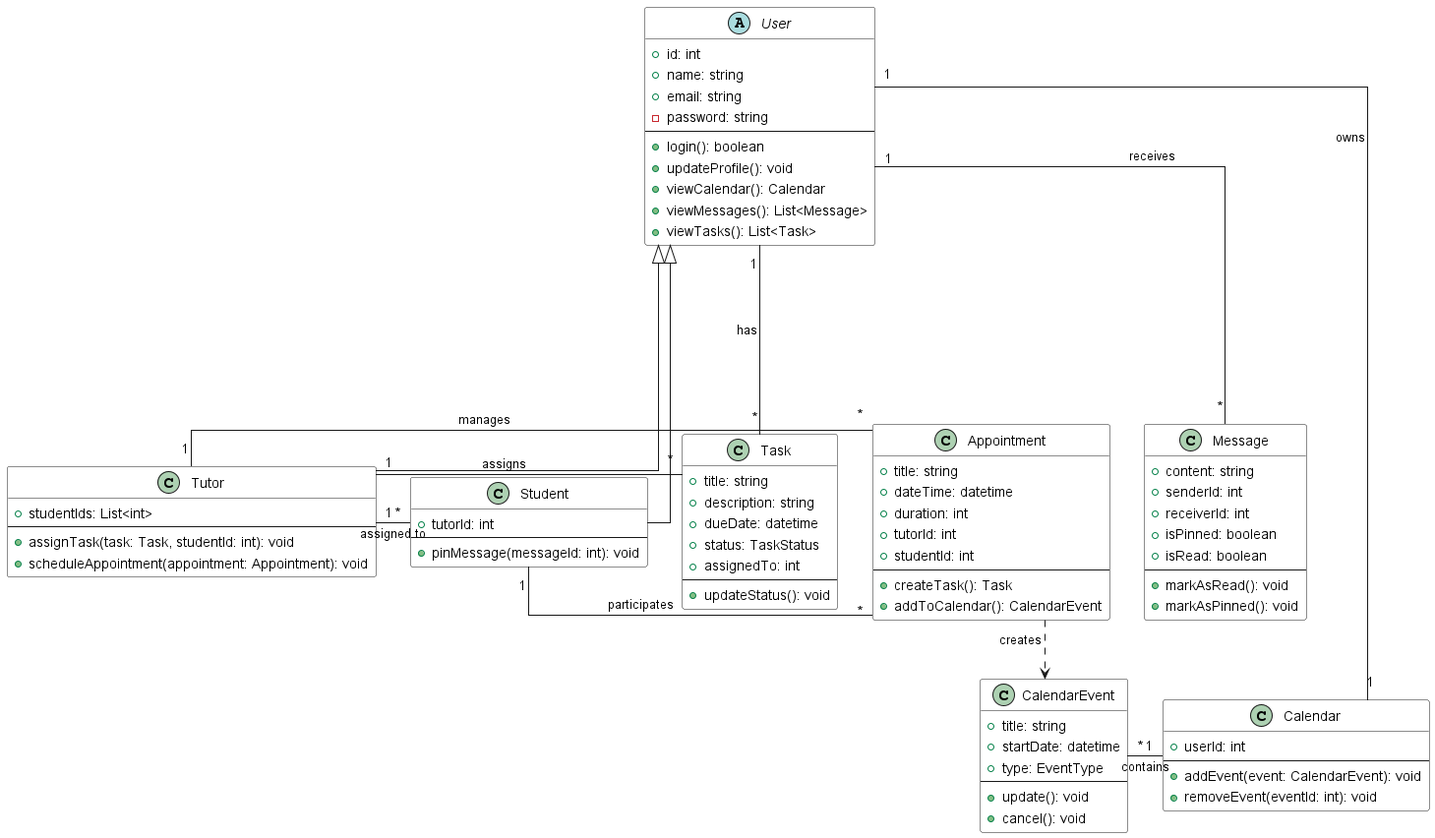
Before: out/DiagrammeUML/HomeSkolar.png, a diagram exported from PlantUML (fraigneau/Cahier_des_charges_OC).
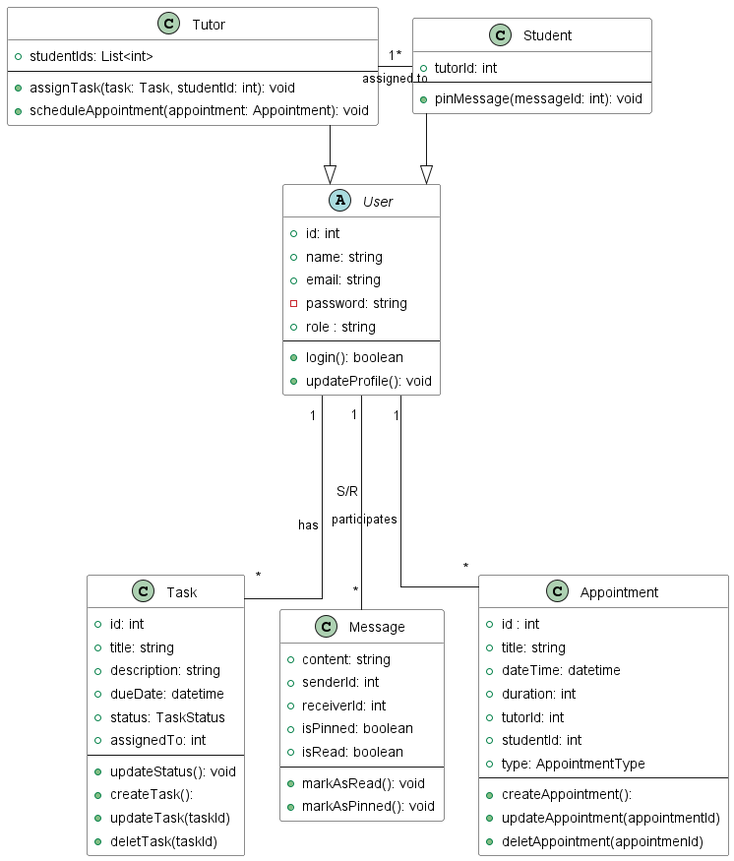
The same file after the commit.

Commit message:
add uml and sprint

What changed in the source:
```diff
@@ -1,14 +1,14 @@
 @startuml HomeSkolar
 
 skinparam linetype ortho
-skinparam padding 2
+skinparam padding 3
 
 skinparam class {
     BackgroundColor white
 }
 
 together {
-    abstract class User
+    abstract User
     class Student
     class Tutor
 }
@@ -18,25 +18,6 @@
     class Message
     class Appointment
 }
-
-together {
-    class Calendar
-    class CalendarEvent
-}
-
-    abstract class User {
-        +id: int
-        +name: string
-        +email: string
-        -password: string
-        --
-        +login(): boolean
-        +updateProfile(): void
-        +viewCalendar(): Calendar
-        +viewMessages(): List<Message>
-        +viewTasks(): List<Task>
-    }
-
     class Student {
         +tutorId: int
         --
@@ -50,23 +31,19 @@
         +scheduleAppointment(appointment: Appointment): void
     }
 
-    class Calendar {
-        +userId: int
+    abstract class User {
+        +id: int
+        +name: string
+        +email: string
+        -password: string
+        +role : string
         --
-        +addEvent(event: CalendarEvent): void
-        +removeEvent(eventId: int): void
-    }
-
-    class CalendarEvent {
-        +title: string
-        +startDate: datetime
-        +type: EventType
-        --
-        +update(): void
-        +cancel(): void
+        +login(): boolean
+        +updateProfile(): void
     }
 
     class Task {
+        +id: int
         +title: string
         +description: string
         +dueDate: datetime
@@ -74,6 +51,9 @@
         +assignedTo: int
         --
         +updateStatus(): void
+        +createTask():
+        +updateTask(taskId)
+        +deletTask(taskId)
     }
 
     class Message {
@@ -88,27 +68,26 @@
     }
 
     class Appointment {
+        +id : int
         +title: string
         +dateTime: datetime
         +duration: int
         +tutorId: int
         +studentId: int
+        +type: AppointmentType
         --
-        +createTask(): Task
-        +addToCalendar(): CalendarEvent
+        +createAppointment():
+        +updateAppointment(appointmentId)
+        +deletAppointment(appointmenId)
     }
 
+User <|-up- Student
+User <|-up- Tutor
 
-User <|-- Student
-User <|-- Tutor
-Student "*" --right-- "1" Tutor : assigned to
-User "1" --right-- "*" Task : has
-Tutor "1" --right-- "*" Task : assigns
-Student "1" --right-- "*" Appointment : participates
-Tutor "1" --right-- "*" Appointment : manages
-Message "*" --up-- "1" User : receives
-User "1" --down-- "1" Calendar : owns
-Calendar "1" --right-- "*" CalendarEvent : contains
-Appointment ..> CalendarEvent : creates
+Student "*" --left-- "1" Tutor : assigned to
+
+User "1" ---- "*" Task : has
+User "1" ---- "*" Appointment : participates
+User "1" ---- "*" Message : S/R
 
 @enduml
```
